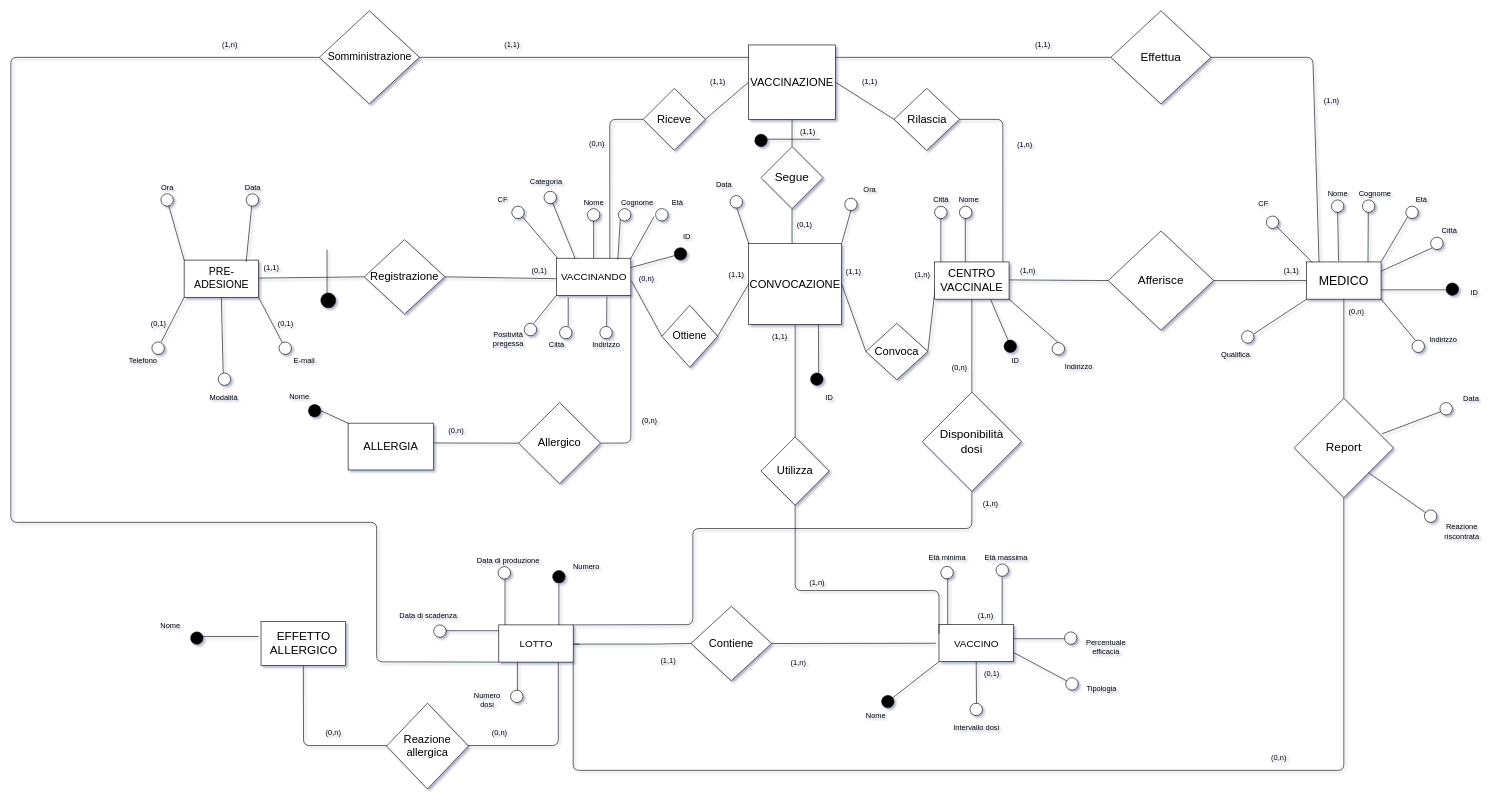
Earlier version of the draw.io diagram page "ERristr" (1 of 2) of bd/Schema E/ERristrutturato.drawio (shaggyishere/VaccineDatabase). Source tidied: cells renumbered, new cells numbered last; positions are measured from the earlier drawing's top-left corner, leaving out a move shared by most shapes. Both pictures are drawn from the tidied source at 62%, with x=0, y=0 at pixel (11, 11).
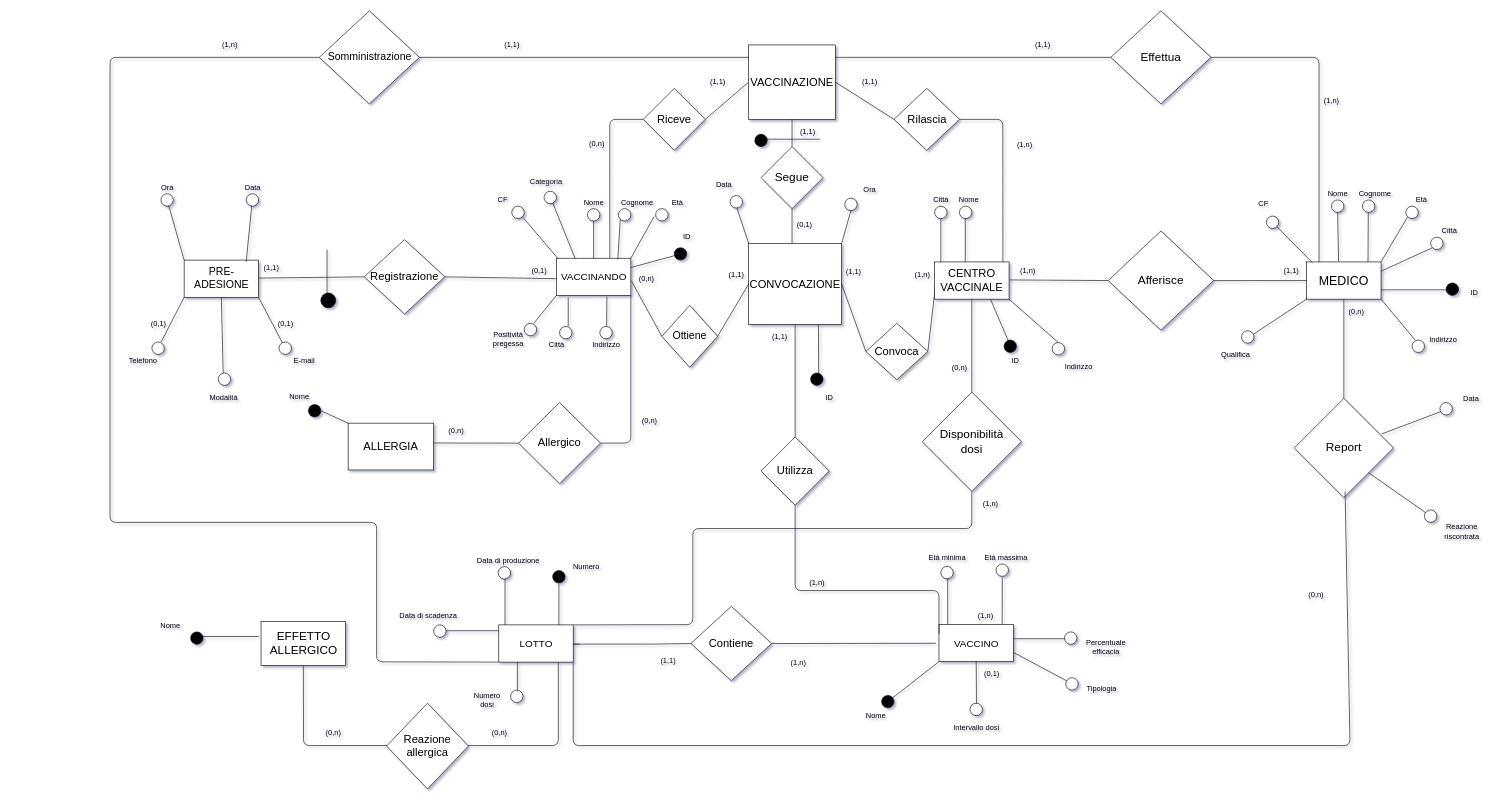
The same page after the edit.

Unchanged cells that the change refers to:
```xml
<mxCell id="44" style="rounded=0;whiteSpace=wrap;html=1;" parent="1" vertex="1">
  <mxGeometry x="787" y="990.4" width="120" height="60" as="geometry" />
</mxCell>
<mxCell id="49" value="&lt;font style=&quot;font-size: 19px&quot;&gt;Report&lt;/font&gt;" style="rhombus;whiteSpace=wrap;html=1;strokeWidth=1;fillColor=#FFFFFF;" parent="1" vertex="1">
  <mxGeometry x="2070" y="625" width="160" height="160" as="geometry" />
</mxCell>
<mxCell id="207" value="&lt;font style=&quot;font-size: 19px&quot;&gt;Effettua&lt;/font&gt;" style="rhombus;whiteSpace=wrap;html=1;" parent="1" vertex="1">
  <mxGeometry x="1774.2" width="161.5" height="150" as="geometry" />
</mxCell>
<mxCell id="214" value="&lt;font style=&quot;font-size: 17px&quot;&gt;Somministrazione&lt;/font&gt;" style="rhombus;whiteSpace=wrap;html=1;" parent="1" vertex="1">
  <mxGeometry x="497.5" width="161.5" height="150" as="geometry" />
</mxCell>
```

Change to the diagram source:
```diff
@@
     <mxCell id="183" value="(0,n)" style="text;html=1;align=center;verticalAlign=middle;strokeColor=none;" parent="1" vertex="1">
-      <mxGeometry x="2025" y="1195" width="40" height="20" as="geometry" />
+      <mxGeometry x="2085" y="932.1" width="40" height="20" as="geometry" />
     </mxCell>
@@
-    <mxCell id="185" style="endArrow=none;html=1;entryX=0.5;entryY=1;entryDx=0;entryDy=0;exitX=1;exitY=1;exitDx=0;exitDy=0;" parent="1" edge="1" source="44" target="49">
+    <mxCell id="185" style="endArrow=none;html=1;exitX=1;exitY=1;exitDx=0;exitDy=0;" parent="1" edge="1" source="44">
       <mxGeometry relative="1" as="geometry">
+        <mxPoint x="2152" y="775" as="targetPoint" />
         <Array as="points">
-          <mxPoint x="907" y="1225" />
-          <mxPoint x="2150" y="1225" />
+          <mxPoint x="907" y="1185" />
+          <mxPoint x="2160" y="1185" />
         </Array>
       </mxGeometry>
     </mxCell>
@@
     <mxCell id="208" style="endArrow=none;html=1;exitX=1;exitY=0.5;exitDx=0;exitDy=0;" parent="1" edge="1" source="207">
       <mxGeometry relative="1" as="geometry">
         <mxPoint x="2110" y="405" as="targetPoint" />
         <Array as="points">
-          <mxPoint x="2100" y="75" />
+          <mxPoint x="2110" y="75" />
         </Array>
       </mxGeometry>
     </mxCell>
@@
     <mxCell id="217" style="endArrow=none;html=1;entryX=0;entryY=0.5;entryDx=0;entryDy=0;exitX=0;exitY=1;exitDx=0;exitDy=0;" parent="1" edge="1" source="44" target="214">
       <mxGeometry relative="1" as="geometry">
         <Array as="points">
           <mxPoint x="590" y="1050" />
           <mxPoint x="590" y="825" />
-          <mxPoint y="825" />
-          <mxPoint y="75" />
+          <mxPoint x="160" y="825" />
+          <mxPoint x="160" y="75" />
         </Array>
       </mxGeometry>
     </mxCell>
```
